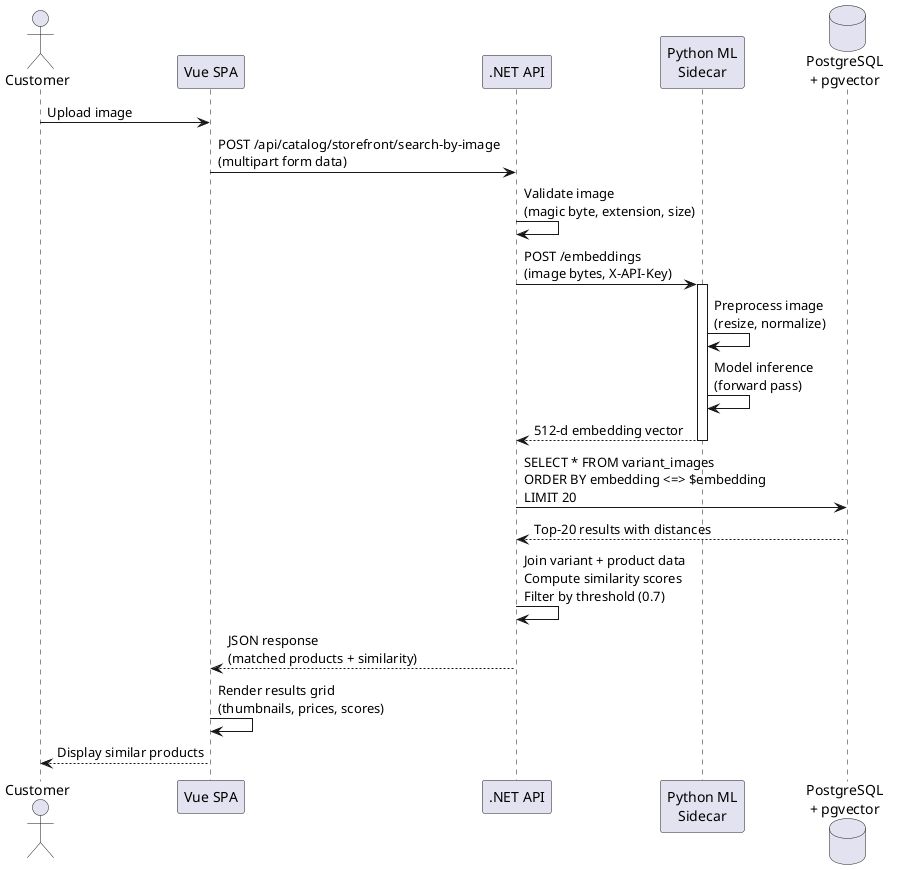
The PlantUML diagram thesis/figures/chapters/part2/ch2-design/04-implementations/diagrams/P2S2.2.4_cbir-search-sequence.png in qingfa-dev/ReSys.Shop, before a commit. Its diagram source:
```plantuml
@startuml cbir-search-sequence
actor Customer
participant "Vue SPA" as Vue
participant ".NET API" as API
participant "Python ML\nSidecar" as ML
database "PostgreSQL\n+ pgvector" as DB

Customer -> Vue: Upload image
Vue -> API: POST /api/catalog/storefront/search-by-image\n(multipart form data)
API -> API: Validate image\n(magic byte, extension, size)

API -> ML: POST /embeddings\n(image bytes, X-API-Key)
activate ML
ML -> ML: Preprocess image\n(resize, normalize)
ML -> ML: Model inference\n(forward pass)
ML --> API: 512-d embedding vector
deactivate ML

API -> DB: SELECT * FROM variant_images\nORDER BY embedding <=> $embedding\nLIMIT 20
DB --> API: Top-20 results with distances

API -> API: Join variant + product data\nCompute similarity scores\nFilter by threshold (0.7)

API --> Vue: JSON response\n(matched products + similarity)
Vue -> Vue: Render results grid\n(thumbnails, prices, scores)
Vue --> Customer: Display similar products
@enduml
```
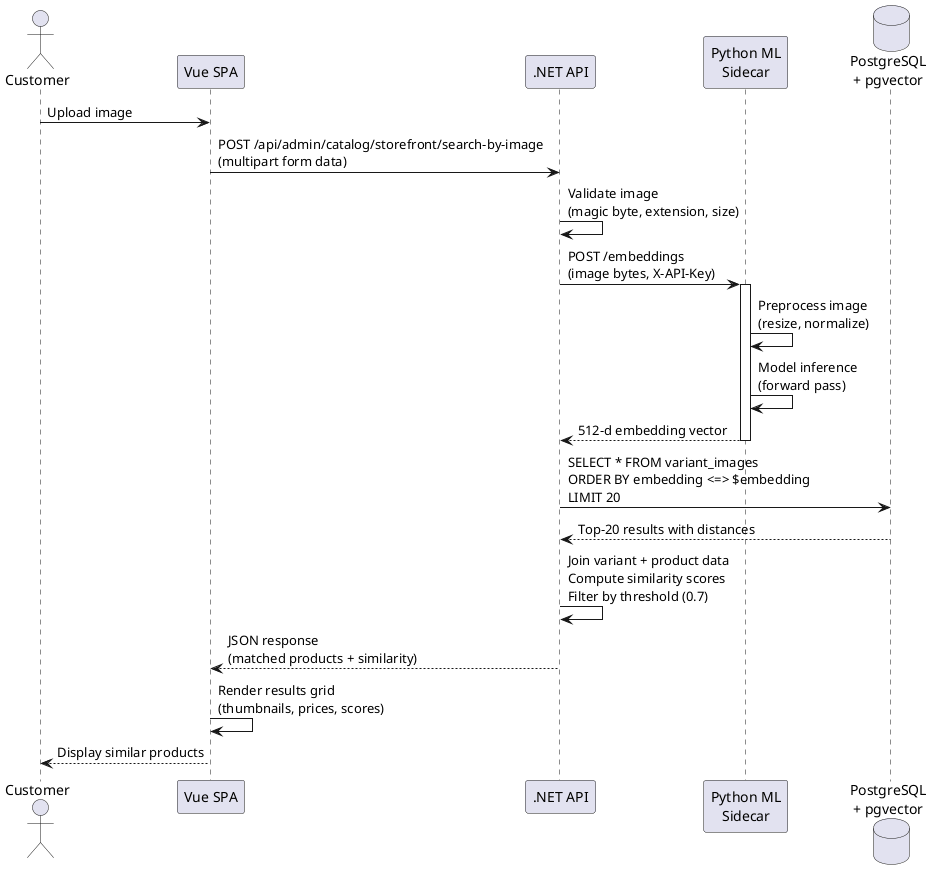
After the commit.

Change to the diagram source:
```diff
@@ -6,7 +6,7 @@
 database "PostgreSQL\n+ pgvector" as DB
 
 Customer -> Vue: Upload image
-Vue -> API: POST /api/catalog/storefront/search-by-image\n(multipart form data)
+Vue -> API: POST /api/admin/catalog/storefront/search-by-image\n(multipart form data)
 API -> API: Validate image\n(magic byte, extension, size)
 
 API -> ML: POST /embeddings\n(image bytes, X-API-Key)
```
